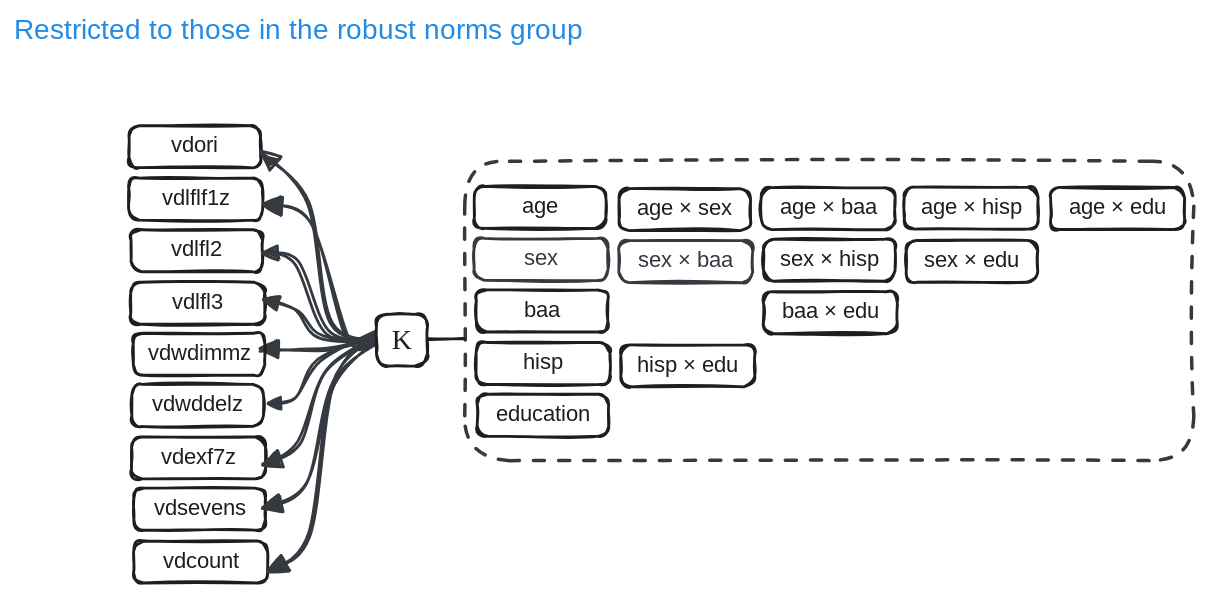
Above: R/excalidraw/PMM-012-Preliminary_Model.excalidraw.svg in dougtommet/HRS_cog_classification (Excalidraw), before the change. Source tidied: one line per element, renumbered; positions are measured from the earlier drawing's top-left corner, leaving out a move shared by most shapes.
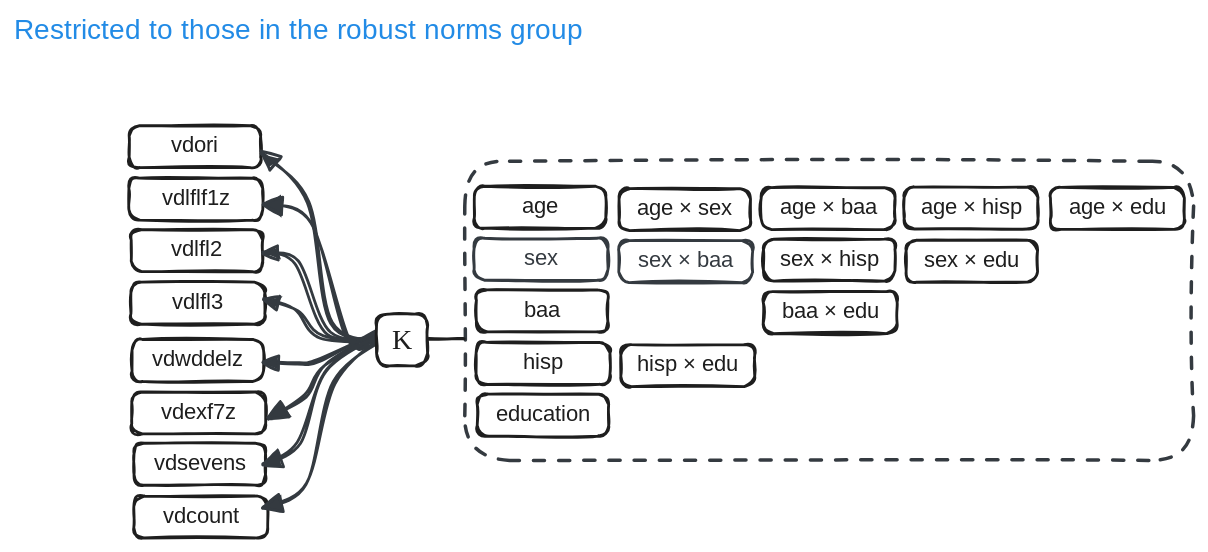
Above is the later version.

Diff of the diagram source:
```diff
@@ -2,28 +2,28 @@
 {"id": 1, "type": "text", "text": "vdori", "strokeColor": "#1e1e1e", "strokeWidth": 2, "roughness": 1, "fontSize": 16, "fontFamily": 5, "textAlign": "center", "verticalAlign": "middle", "inside": 0, "x": 112, "y": 85, "width": 34, "height": 20}
 {"id": 2, "type": "rectangle", "strokeColor": "#1e1e1e", "strokeWidth": 2, "roughness": 1, "round": true, "x": 329, "y": 123, "width": 94, "height": 30}
 {"id": 3, "type": "text", "text": "age", "strokeColor": "#1e1e1e", "strokeWidth": 2, "roughness": 1, "fontSize": 16, "fontFamily": 5, "textAlign": "center", "verticalAlign": "middle", "inside": 2, "x": 365, "y": 128, "width": 22, "height": 20}
-{"id": 4, "type": "rectangle", "strokeColor": "#1e1e1e", "strokeWidth": 2, "roughness": 1, "round": true, "x": 84, "y": 265, "width": 94, "height": 30}
+{"id": 4, "type": "rectangle", "strokeColor": "#1e1e1e", "strokeWidth": 2, "roughness": 1, "round": true, "x": 84, "y": 233, "width": 94, "height": 30}
-{"id": 5, "type": "text", "text": "vdwddelz", "strokeColor": "#1e1e1e", "strokeWidth": 2, "roughness": 1, "fontSize": 16, "fontFamily": 5, "textAlign": "center", "verticalAlign": "middle", "inside": 4, "x": 96, "y": 270, "width": 70, "height": 20}
+{"id": 5, "type": "text", "text": "vdwddelz", "strokeColor": "#1e1e1e", "strokeWidth": 2, "roughness": 1, "fontSize": 16, "fontFamily": 5, "textAlign": "center", "verticalAlign": "middle", "inside": 4, "x": 96, "y": 238, "width": 70, "height": 20}
 {"id": 6, "type": "rectangle", "strokeColor": "#1e1e1e", "strokeWidth": 2, "roughness": 1, "round": true, "x": 331, "y": 272, "width": 94, "height": 30}
 {"id": 7, "type": "text", "text": "education", "strokeColor": "#1e1e1e", "strokeWidth": 2, "roughness": 1, "fontSize": 16, "fontFamily": 5, "textAlign": "center", "verticalAlign": "middle", "inside": 6, "x": 340, "y": 277, "width": 75, "height": 20}
 {"id": 8, "type": "rectangle", "strokeColor": "#1e1e1e", "strokeWidth": 2, "roughness": 1, "round": true, "x": 84, "y": 154, "width": 94, "height": 30}
 {"id": 9, "type": "text", "text": "vdlfl2", "strokeColor": "#1e1e1e", "strokeWidth": 2, "roughness": 1, "fontSize": 16, "fontFamily": 5, "textAlign": "center", "verticalAlign": "middle", "inside": 8, "x": 108, "y": 159, "width": 44, "height": 20}
 {"id": 10, "type": "rectangle", "strokeColor": "#1e1e1e", "strokeWidth": 2, "roughness": 1, "round": true, "x": 330, "y": 197, "width": 94, "height": 30}
 {"id": 11, "type": "text", "text": "baa", "strokeColor": "#1e1e1e", "strokeWidth": 2, "roughness": 1, "fontSize": 16, "fontFamily": 5, "textAlign": "center", "verticalAlign": "middle", "inside": 10, "x": 366, "y": 202, "width": 22, "height": 20}
-{"id": 12, "type": "rectangle", "strokeColor": "#1e1e1e", "strokeWidth": 2, "roughness": 1, "round": true, "x": 86, "y": 339, "width": 94, "height": 30}
+{"id": 12, "type": "rectangle", "strokeColor": "#1e1e1e", "strokeWidth": 2, "roughness": 1, "round": true, "x": 86, "y": 307, "width": 94, "height": 30}
-{"id": 13, "type": "text", "text": "vdsevens", "strokeColor": "#1e1e1e", "strokeWidth": 2, "roughness": 1, "fontSize": 16, "fontFamily": 5, "textAlign": "center", "verticalAlign": "middle", "inside": 12, "x": 98, "y": 344, "width": 69, "height": 20}
+{"id": 13, "type": "text", "text": "vdsevens", "strokeColor": "#1e1e1e", "strokeWidth": 2, "roughness": 1, "fontSize": 16, "fontFamily": 5, "textAlign": "center", "verticalAlign": "middle", "inside": 12, "x": 98, "y": 312, "width": 69, "height": 20}
 {"id": 14, "type": "rectangle", "strokeColor": "#1e1e1e", "strokeWidth": 2, "roughness": 1, "round": true, "x": 82, "y": 117, "width": 96, "height": 30}
 {"id": 15, "type": "text", "text": "vdlflf1z", "strokeColor": "#1e1e1e", "strokeWidth": 2, "roughness": 1, "fontSize": 16, "fontFamily": 5, "textAlign": "center", "verticalAlign": "middle", "inside": 14, "x": 101, "y": 122, "width": 57, "height": 20}
 {"id": 16, "type": "rectangle", "strokeColor": "#343a40", "strokeWidth": 2, "roughness": 1, "round": true, "x": 329, "y": 160, "width": 96, "height": 30}
 {"id": 17, "type": "text", "text": "sex", "strokeColor": "#343a40", "strokeWidth": 2, "roughness": 1, "fontSize": 16, "fontFamily": 5, "textAlign": "center", "verticalAlign": "middle", "inside": 16, "x": 366, "y": 165, "width": 21, "height": 20}
-{"id": 18, "type": "rectangle", "strokeColor": "#1e1e1e", "strokeWidth": 2, "roughness": 1, "round": true, "x": 84, "y": 302, "width": 96, "height": 30}
+{"id": 18, "type": "rectangle", "strokeColor": "#1e1e1e", "strokeWidth": 2, "roughness": 1, "round": true, "x": 84, "y": 270, "width": 96, "height": 30}
-{"id": 19, "type": "text", "text": "vdexf7z", "strokeColor": "#1e1e1e", "strokeWidth": 2, "roughness": 1, "fontSize": 16, "fontFamily": 5, "textAlign": "center", "verticalAlign": "middle", "inside": 18, "x": 101, "y": 307, "width": 62, "height": 20}
+{"id": 19, "type": "text", "text": "vdexf7z", "strokeColor": "#1e1e1e", "strokeWidth": 2, "roughness": 1, "fontSize": 16, "fontFamily": 5, "textAlign": "center", "verticalAlign": "middle", "inside": 18, "x": 101, "y": 275, "width": 62, "height": 20}
 {"id": 20, "type": "rectangle", "strokeColor": "#1e1e1e", "strokeWidth": 2, "roughness": 1, "round": true, "x": 83, "y": 192, "width": 96, "height": 30}
 {"id": 21, "type": "text", "text": "vdlfl3", "strokeColor": "#1e1e1e", "strokeWidth": 2, "roughness": 1, "fontSize": 16, "fontFamily": 5, "textAlign": "center", "verticalAlign": "middle", "inside": 20, "x": 110, "y": 197, "width": 43, "height": 20}
 {"id": 22, "type": "rectangle", "strokeColor": "#1e1e1e", "strokeWidth": 2, "roughness": 1, "round": true, "x": 330, "y": 235, "width": 96, "height": 30}
 {"id": 23, "type": "text", "text": "hisp", "strokeColor": "#1e1e1e", "strokeWidth": 2, "roughness": 1, "fontSize": 16, "fontFamily": 5, "textAlign": "center", "verticalAlign": "middle", "inside": 22, "x": 365, "y": 240, "width": 27, "height": 20}
-{"id": 24, "type": "rectangle", "strokeColor": "#1e1e1e", "strokeWidth": 2, "roughness": 1, "round": true, "x": 85, "y": 377, "width": 96, "height": 30}
+{"id": 24, "type": "rectangle", "strokeColor": "#1e1e1e", "strokeWidth": 2, "roughness": 1, "round": true, "x": 85, "y": 345, "width": 96, "height": 30}
-{"id": 25, "type": "text", "text": "vdcount", "strokeColor": "#1e1e1e", "strokeWidth": 2, "roughness": 1, "fontSize": 16, "fontFamily": 5, "textAlign": "center", "verticalAlign": "middle", "inside": 24, "x": 102, "y": 382, "width": 62, "height": 20}
+{"id": 25, "type": "text", "text": "vdcount", "strokeColor": "#1e1e1e", "strokeWidth": 2, "roughness": 1, "fontSize": 16, "fontFamily": 5, "textAlign": "center", "verticalAlign": "middle", "inside": 24, "x": 102, "y": 350, "width": 62, "height": 20}
 {"id": 26, "type": "rectangle", "strokeColor": "#1e1e1e", "strokeWidth": 2, "roughness": 1, "round": true, "x": 432, "y": 125, "width": 94, "height": 30}
 {"id": 27, "type": "text", "text": "age × sex", "strokeColor": "#1e1e1e", "strokeWidth": 2, "roughness": 1, "fontSize": 16, "fontFamily": 5, "textAlign": "center", "verticalAlign": "middle", "inside": 26, "x": 442, "y": 130, "width": 75, "height": 20}
 {"id": 28, "type": "rectangle", "strokeColor": "#1e1e1e", "strokeWidth": 2, "roughness": 1, "round": true, "x": 535, "y": 161, "width": 94, "height": 30}
@@ -45,13 +45,10 @@
 {"id": 44, "type": "arrow", "strokeColor": "#343a40", "strokeWidth": 2, "roughness": 1, "endArrowhead": "triangle", "round": true, "from": 54, "to": 14, "x": 256, "y": 236, "width": 76, "height": 102, "points": [[0, 0], [-18, -5], [-43, -88], [-76, -102]]}
 {"id": 45, "type": "arrow", "strokeColor": "#343a40", "angle": 0.01, "strokeWidth": 2, "roughness": 1, "endArrowhead": "triangle", "round": true, "x": 265, "y": 229, "width": 87, "height": 57, "points": [[0, 0], [-41, -1], [-64, -51], [-87, -57]]}
 {"id": 46, "type": "arrow", "strokeColor": "#343a40", "angle": 0.08, "strokeWidth": 2, "roughness": 1, "endArrowhead": "triangle", "round": true, "x": 269, "y": 230, "width": 91, "height": 24, "points": [[0, 0], [-48, 2], [-68, -16], [-91, -22]]}
-{"id": 47, "type": "arrow", "strokeColor": "#343a40", "angle": 0.08, "strokeWidth": 2, "roughness": 1, "endArrowhead": "triangle", "round": true, "from": 54, "to": 52, "x": 253, "y": 230, "width": 76, "height": 13, "points": [[0, 0], [-27, 8], [-47, 11], [-76, 13]]}
-{"id": 48, "type": "arrow", "strokeColor": "#343a40", "strokeWidth": 2, "roughness": 1, "endArrowhead": "triangle", "round": true, "x": 265, "y": 225, "width": 84, "height": 172, "points": [[0, 0], [-35, 36], [-53, 147], [-84, 172]]}
+{"id": 48, "type": "arrow", "strokeColor": "#343a40", "strokeWidth": 2, "roughness": 1, "endArrowhead": "triangle", "round": true, "from": 54, "to": 18, "x": 265, "y": 225, "width": 84, "height": 63, "points": [[0, 0], [-41, 25], [-55, 48], [-84, 63]]}
 {"id": 49, "type": "arrow", "strokeColor": "#343a40", "strokeWidth": 2, "roughness": 1, "endArrowhead": "triangle", "round": true, "x": 265, "y": 229, "width": 87, "height": 124, "points": [[0, 0], [-36, 35], [-57, 106], [-87, 124]]}
 {"id": 50, "type": "arrow", "strokeColor": "#343a40", "strokeWidth": 2, "roughness": 1, "endArrowhead": "triangle", "round": true, "x": 265, "y": 226, "width": 87, "height": 96, "points": [[0, 0], [-42, 28], [-62, 80], [-87, 96]]}
-{"id": 51, "type": "arrow", "strokeColor": "#343a40", "strokeWidth": 2, "roughness": 1, "endArrowhead": "triangle", "round": true, "to": 4, "x": 259, "y": 228, "width": 77, "height": 51, "points": [[0, 0], [-41, 20], [-57, 47], [-77, 51]]}
+{"id": 51, "type": "arrow", "strokeColor": "#343a40", "strokeWidth": 2, "roughness": 1, "endArrowhead": "triangle", "round": true, "from": 54, "to": 4, "x": 259, "y": 228, "width": 81, "height": 22, "points": [[0, 0], [-41, 20], [-56, 22], [-81, 22]]}
-{"id": 52, "type": "rectangle", "strokeColor": "#1e1e1e", "strokeWidth": 2, "roughness": 1, "round": true, "x": 85, "y": 228, "width": 94, "height": 30}
-{"id": 53, "type": "text", "text": "vdwdimmz", "strokeColor": "#1e1e1e", "strokeWidth": 2, "roughness": 1, "fontSize": 16, "fontFamily": 5, "textAlign": "center", "verticalAlign": "middle", "inside": 52, "x": 96, "y": 233, "width": 73, "height": 20}
 {"id": 54, "type": "rectangle", "strokeColor": "#1e1e1e", "backgroundColor": "#ffffff", "fillStyle": "solid", "strokeWidth": 2, "roughness": 1, "round": true, "x": 259, "y": 215, "width": 36, "height": 37}
 {"id": 55, "type": "text", "text": "Κ", "strokeColor": "#1e1e1e", "strokeWidth": 2, "roughness": 1, "fontSize": 20, "fontFamily": 6, "textAlign": "center", "verticalAlign": "middle", "inside": 54, "x": 269, "y": 220, "width": 16, "height": 27}
 {"id": 56, "type": "line", "strokeColor": "#1e1e1e", "backgroundColor": "#ffffff", "fillStyle": "solid", "strokeWidth": 2, "roughness": 1, "round": true, "x": 322, "y": 232, "width": 26, "height": 0, "points": [[0, 0], [-26, 0]]}
```
